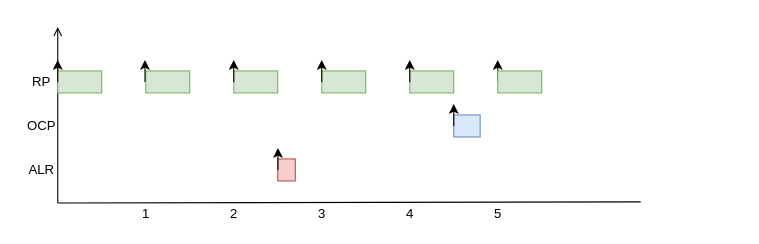
This is report/images/timelines.drawio from jiayihu/SRT, a draw.io file, before an edit. Source tidied: cells renumbered, new cells numbered last; positions are measured from the earlier drawing's top-left corner, leaving out a move shared by most shapes. Both pictures are drawn from the tidied source at 110%, with x=0, y=0 at pixel (19, 26).
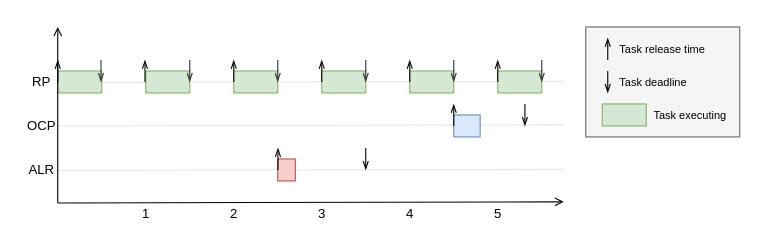
Above is the later version.

The edit, as a diff of the source:
```diff
@@
-    <mxCell id="2" style="endArrow=none;html=1;" parent="1" edge="1">
-      <mxGeometry relative="1" as="geometry">
-        <mxPoint x="35" y="160" as="sourcePoint" />
-        <mxPoint x="565" y="159" as="targetPoint" />
-      </mxGeometry>
-    </mxCell>
-    <mxCell id="3" style="endArrow=open;html=1;endFill=0;" parent="1" edge="1">
-      <mxGeometry relative="1" as="geometry">
-        <mxPoint x="35" y="160" as="sourcePoint" />
-        <mxPoint x="35" as="targetPoint" />
-      </mxGeometry>
-    </mxCell>
+    <mxCell id="28" style="endArrow=none;html=1;endFill=0;strokeColor=#E6E6E6;" parent="1" edge="1">
+      <mxGeometry relative="1" as="geometry">
+        <mxPoint x="35" y="90" as="sourcePoint" />
+        <mxPoint x="495" y="89" as="targetPoint" />
+      </mxGeometry>
+    </mxCell>
+    <mxCell id="29" style="endArrow=none;html=1;endFill=0;strokeColor=#E6E6E6;" parent="1" edge="1">
+      <mxGeometry relative="1" as="geometry">
+        <mxPoint x="35" y="50.5" as="sourcePoint" />
+        <mxPoint x="495" y="49.5" as="targetPoint" />
+      </mxGeometry>
+    </mxCell>
+    <mxCell id="30" style="endArrow=none;html=1;endFill=0;strokeColor=#E6E6E6;" parent="1" edge="1">
+      <mxGeometry relative="1" as="geometry">
+        <mxPoint x="35" y="130.5" as="sourcePoint" />
+        <mxPoint x="495" y="129.5" as="targetPoint" />
+      </mxGeometry>
+    </mxCell>
+    <mxCell id="31" style="rounded=0;whiteSpace=wrap;html=1;fontSize=10;fillColor=#f5f5f5;strokeColor=#666666;fontColor=#333333;" parent="1" vertex="1">
+      <mxGeometry x="515" width="140" height="100" as="geometry" />
+    </mxCell>
@@
-    <mxCell id="18" style="endArrow=classic;html=1;strokeWidth=1;endFill=1;" parent="1" edge="1">
+    <mxCell id="18" style="endArrow=openThin;html=1;strokeWidth=1;endFill=0;" parent="1" edge="1">
       <mxGeometry relative="1" as="geometry">
         <mxPoint x="35" y="50" as="sourcePoint" />
         <mxPoint x="35" y="30" as="targetPoint" />
       </mxGeometry>
     </mxCell>
+    <mxCell id="22" style="whiteSpace=wrap;html=1;fillColor=#d5e8d4;strokeColor=#82b366;" parent="1" vertex="1">
+      <mxGeometry x="355" y="40" width="40" height="20" as="geometry" />
+    </mxCell>
+    <mxCell id="25" style="whiteSpace=wrap;html=1;fillColor=#d5e8d4;strokeColor=#82b366;" parent="1" vertex="1">
+      <mxGeometry x="435" y="40" width="40" height="20" as="geometry" />
+    </mxCell>
+    <mxCell id="26" style="endArrow=openThin;html=1;strokeWidth=1;endFill=0;" parent="1" edge="1">
+      <mxGeometry relative="1" as="geometry">
+        <mxPoint x="395" y="90" as="sourcePoint" />
+        <mxPoint x="395" y="70" as="targetPoint" />
+      </mxGeometry>
+    </mxCell>
+    <mxCell id="27" style="endArrow=openThin;html=1;strokeWidth=1;endFill=0;" parent="1" edge="1">
+      <mxGeometry relative="1" as="geometry">
+        <mxPoint x="235.2" y="130" as="sourcePoint" />
+        <mxPoint x="235.2" y="110" as="targetPoint" />
+      </mxGeometry>
+    </mxCell>
-    <mxCell id="19" style="endArrow=classic;html=1;strokeWidth=1;endFill=1;" parent="1" edge="1">
+    <mxCell id="19" style="endArrow=openThin;html=1;strokeWidth=1;endFill=0;" parent="1" edge="1">
       <mxGeometry relative="1" as="geometry">
         <mxPoint x="114.3" y="50" as="sourcePoint" />
         <mxPoint x="114.3" y="30" as="targetPoint" />
       </mxGeometry>
     </mxCell>
-    <mxCell id="20" style="endArrow=classic;html=1;strokeWidth=1;endFill=1;" parent="1" edge="1">
+    <mxCell id="20" style="endArrow=openThin;html=1;strokeWidth=1;endFill=0;" parent="1" edge="1">
       <mxGeometry relative="1" as="geometry">
         <mxPoint x="195" y="50" as="sourcePoint" />
         <mxPoint x="195" y="30" as="targetPoint" />
       </mxGeometry>
     </mxCell>
-    <mxCell id="21" style="endArrow=classic;html=1;strokeWidth=1;endFill=1;" parent="1" edge="1">
+    <mxCell id="21" style="endArrow=openThin;html=1;strokeWidth=1;endFill=0;" parent="1" edge="1">
       <mxGeometry relative="1" as="geometry">
         <mxPoint x="275" y="50" as="sourcePoint" />
         <mxPoint x="275" y="30" as="targetPoint" />
       </mxGeometry>
     </mxCell>
-    <mxCell id="22" style="whiteSpace=wrap;html=1;fillColor=#d5e8d4;strokeColor=#82b366;" parent="1" vertex="1">
-      <mxGeometry x="355" y="40" width="40" height="20" as="geometry" />
-    </mxCell>
-    <mxCell id="23" style="endArrow=classic;html=1;strokeWidth=1;endFill=1;" parent="1" edge="1">
+    <mxCell id="23" style="endArrow=openThin;html=1;strokeWidth=1;endFill=0;" parent="1" edge="1">
       <mxGeometry relative="1" as="geometry">
         <mxPoint x="355" y="50" as="sourcePoint" />
         <mxPoint x="355" y="30" as="targetPoint" />
       </mxGeometry>
     </mxCell>
-    <mxCell id="24" style="endArrow=classic;html=1;strokeWidth=1;endFill=1;" parent="1" edge="1">
+    <mxCell id="24" style="endArrow=openThin;html=1;strokeWidth=1;endFill=0;" parent="1" edge="1">
       <mxGeometry relative="1" as="geometry">
         <mxPoint x="435" y="50" as="sourcePoint" />
         <mxPoint x="435" y="30" as="targetPoint" />
       </mxGeometry>
     </mxCell>
-    <mxCell id="25" style="whiteSpace=wrap;html=1;fillColor=#d5e8d4;strokeColor=#82b366;" parent="1" vertex="1">
-      <mxGeometry x="435" y="40" width="40" height="20" as="geometry" />
-    </mxCell>
-    <mxCell id="26" style="endArrow=classic;html=1;strokeWidth=1;endFill=1;" parent="1" edge="1">
-      <mxGeometry relative="1" as="geometry">
-        <mxPoint x="395" y="90" as="sourcePoint" />
-        <mxPoint x="395" y="70" as="targetPoint" />
-      </mxGeometry>
-    </mxCell>
-    <mxCell id="27" style="endArrow=classic;html=1;strokeWidth=1;endFill=1;" parent="1" edge="1">
-      <mxGeometry relative="1" as="geometry">
-        <mxPoint x="235.2" y="130" as="sourcePoint" />
-        <mxPoint x="235.2" y="110" as="targetPoint" />
-      </mxGeometry>
-    </mxCell>
+    <mxCell id="32" style="endArrow=openThin;html=1;strokeWidth=1;endFill=0;strokeColor=#333333;" parent="1" edge="1">
+      <mxGeometry relative="1" as="geometry">
+        <mxPoint x="74.3" y="30" as="sourcePoint" />
+        <mxPoint x="74.3" y="50" as="targetPoint" />
+      </mxGeometry>
+    </mxCell>
+    <mxCell id="33" style="endArrow=openThin;html=1;strokeWidth=1;endFill=0;strokeColor=#333333;" parent="1" edge="1">
+      <mxGeometry relative="1" as="geometry">
+        <mxPoint x="155" y="30" as="sourcePoint" />
+        <mxPoint x="155" y="50" as="targetPoint" />
+      </mxGeometry>
+    </mxCell>
+    <mxCell id="34" style="endArrow=openThin;html=1;strokeWidth=1;endFill=0;strokeColor=#333333;" parent="1" edge="1">
+      <mxGeometry relative="1" as="geometry">
+        <mxPoint x="235" y="30" as="sourcePoint" />
+        <mxPoint x="235" y="50" as="targetPoint" />
+      </mxGeometry>
+    </mxCell>
+    <mxCell id="35" style="endArrow=openThin;html=1;strokeWidth=1;endFill=0;strokeColor=#333333;" parent="1" edge="1">
+      <mxGeometry relative="1" as="geometry">
+        <mxPoint x="315" y="30" as="sourcePoint" />
+        <mxPoint x="315" y="50" as="targetPoint" />
+      </mxGeometry>
+    </mxCell>
+    <mxCell id="36" style="endArrow=openThin;html=1;strokeWidth=1;endFill=0;strokeColor=#333333;" parent="1" edge="1">
+      <mxGeometry relative="1" as="geometry">
+        <mxPoint x="395" y="30" as="sourcePoint" />
+        <mxPoint x="395" y="50" as="targetPoint" />
+      </mxGeometry>
+    </mxCell>
+    <mxCell id="37" style="endArrow=openThin;html=1;strokeWidth=1;endFill=0;strokeColor=#333333;" parent="1" edge="1">
+      <mxGeometry relative="1" as="geometry">
+        <mxPoint x="475" y="30" as="sourcePoint" />
+        <mxPoint x="475" y="50" as="targetPoint" />
+      </mxGeometry>
+    </mxCell>
+    <mxCell id="38" style="endArrow=openThin;html=1;strokeWidth=1;endFill=0;" parent="1" edge="1">
+      <mxGeometry relative="1" as="geometry">
+        <mxPoint x="315" y="110" as="sourcePoint" />
+        <mxPoint x="315" y="130" as="targetPoint" />
+      </mxGeometry>
+    </mxCell>
+    <mxCell id="39" style="endArrow=openThin;html=1;strokeWidth=1;endFill=0;" parent="1" edge="1">
+      <mxGeometry relative="1" as="geometry">
+        <mxPoint x="459.7" y="70" as="sourcePoint" />
+        <mxPoint x="459.7" y="90" as="targetPoint" />
+      </mxGeometry>
+    </mxCell>
+    <mxCell id="2" style="endArrow=open;html=1;endFill=0;" parent="1" edge="1">
+      <mxGeometry relative="1" as="geometry">
+        <mxPoint x="35" y="160" as="sourcePoint" />
+        <mxPoint x="495" y="159" as="targetPoint" />
+      </mxGeometry>
+    </mxCell>
+    <mxCell id="3" style="endArrow=open;html=1;endFill=0;" parent="1" edge="1">
+      <mxGeometry relative="1" as="geometry">
+        <mxPoint x="35" y="160" as="sourcePoint" />
+        <mxPoint x="35" as="targetPoint" />
+      </mxGeometry>
+    </mxCell>
+    <mxCell id="40" style="endArrow=openThin;html=1;strokeWidth=1;endFill=0;" parent="1" edge="1">
+      <mxGeometry relative="1" as="geometry">
+        <mxPoint x="535" y="30" as="sourcePoint" />
+        <mxPoint x="535" y="10" as="targetPoint" />
+      </mxGeometry>
+    </mxCell>
+    <mxCell id="41" value="Task release time" style="text;html=1;align=left;verticalAlign=middle;fontSize=10;" parent="1" vertex="1">
+      <mxGeometry x="544" y="10" width="90" height="20" as="geometry" />
+    </mxCell>
+    <mxCell id="42" style="endArrow=openThin;html=1;strokeWidth=1;endFill=0;" parent="1" edge="1">
+      <mxGeometry relative="1" as="geometry">
+        <mxPoint x="535" y="40" as="sourcePoint" />
+        <mxPoint x="535" y="60" as="targetPoint" />
+      </mxGeometry>
+    </mxCell>
+    <mxCell id="43" value="Task deadline" style="text;html=1;align=left;verticalAlign=middle;fontSize=10;" parent="1" vertex="1">
+      <mxGeometry x="544" y="40" width="80" height="20" as="geometry" />
+    </mxCell>
+    <mxCell id="44" style="whiteSpace=wrap;html=1;fillColor=#d5e8d4;strokeColor=#82b366;" parent="1" vertex="1">
+      <mxGeometry x="530" y="70" width="40" height="20" as="geometry" />
+    </mxCell>
+    <mxCell id="45" value="Task executing" style="text;html=1;align=left;verticalAlign=middle;fontSize=10;" parent="1" vertex="1">
+      <mxGeometry x="575" y="70" width="80" height="20" as="geometry" />
+    </mxCell>
```
